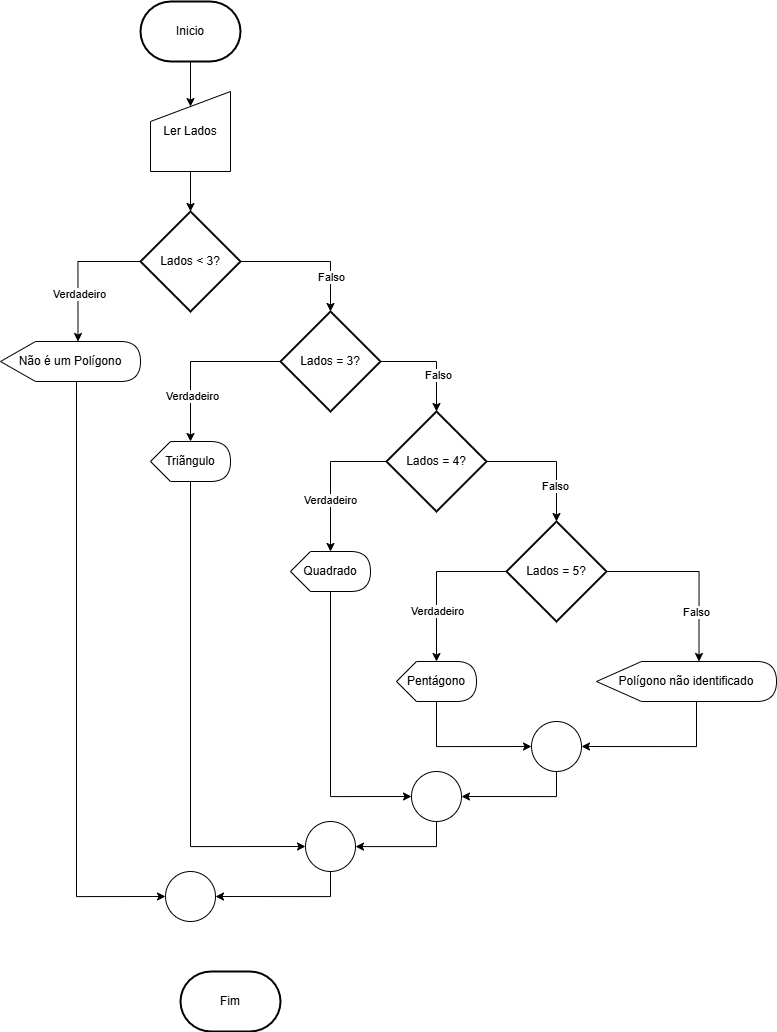
Earlier version of the draw.io export Diagramas/exercicios22.drawio.png (andrew-cdia/algoritmos-lista1). Source tidied: cells renumbered, new cells last; positions are measured from the earlier drawing's top-left corner, leaving out a move shared by most shapes.
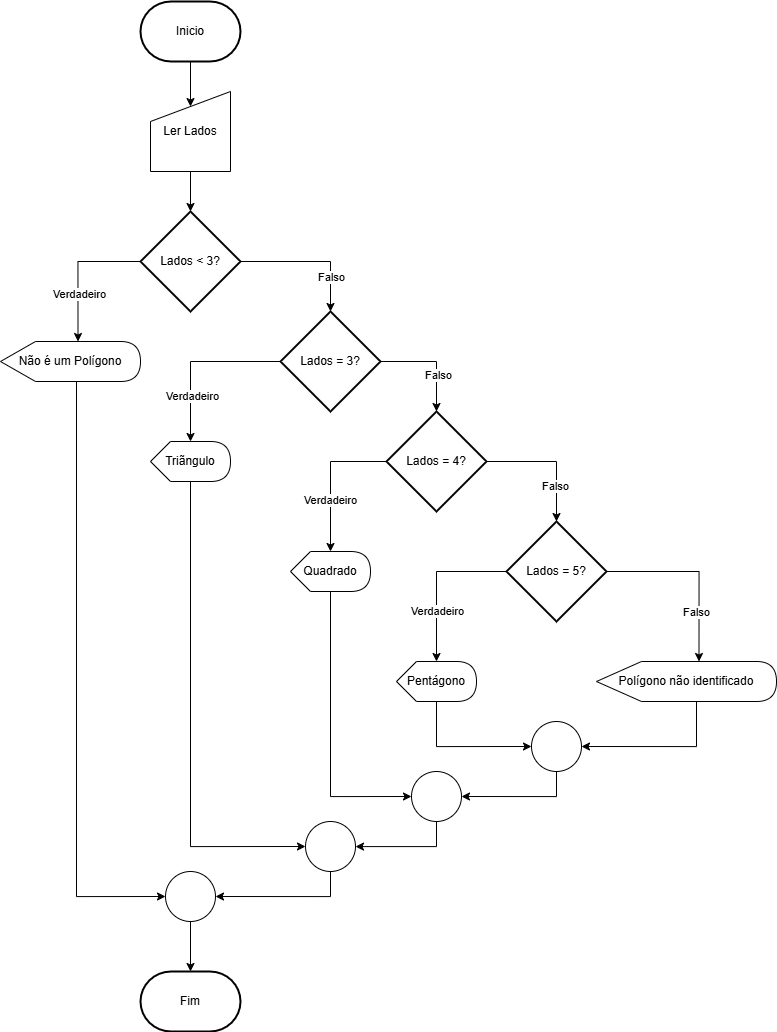
The same diagram one commit later.

The edit, as a diff of the source:
```diff
@@ -3,7 +3,7 @@
     <mxCell id="0" />
     <mxCell id="1" parent="0" />
     <mxCell id="2" value="Fim" style="strokeWidth=2;html=1;shape=mxgraph.flowchart.terminator;whiteSpace=wrap;" parent="1" vertex="1">
-      <mxGeometry x="180" y="970" width="100" height="60" as="geometry" />
+      <mxGeometry x="140" y="970" width="100" height="60" as="geometry" />
     </mxCell>
     <mxCell id="3" value="Inicio" style="strokeWidth=2;html=1;shape=mxgraph.flowchart.terminator;whiteSpace=wrap;" parent="1" vertex="1">
       <mxGeometry x="140" width="100" height="60" as="geometry" />
@@ -168,5 +168,8 @@
     <mxCell id="43" style="edgeStyle=orthogonalEdgeStyle;rounded=0;jettySize=auto;html=1;entryX=0.5;entryY=0.188;entryDx=0;entryDy=0;entryPerimeter=0;" parent="1" edge="1" source="3" target="4">
       <mxGeometry relative="1" as="geometry" />
     </mxCell>
+    <mxCell id="44" style="edgeStyle=orthogonalEdgeStyle;rounded=0;jettySize=auto;html=1;entryX=0.5;entryY=0;entryDx=0;entryDy=0;entryPerimeter=0;" parent="1" edge="1" source="37" target="2">
+      <mxGeometry relative="1" as="geometry" />
+    </mxCell>
   </root>
 </mxGraphModel>
```
